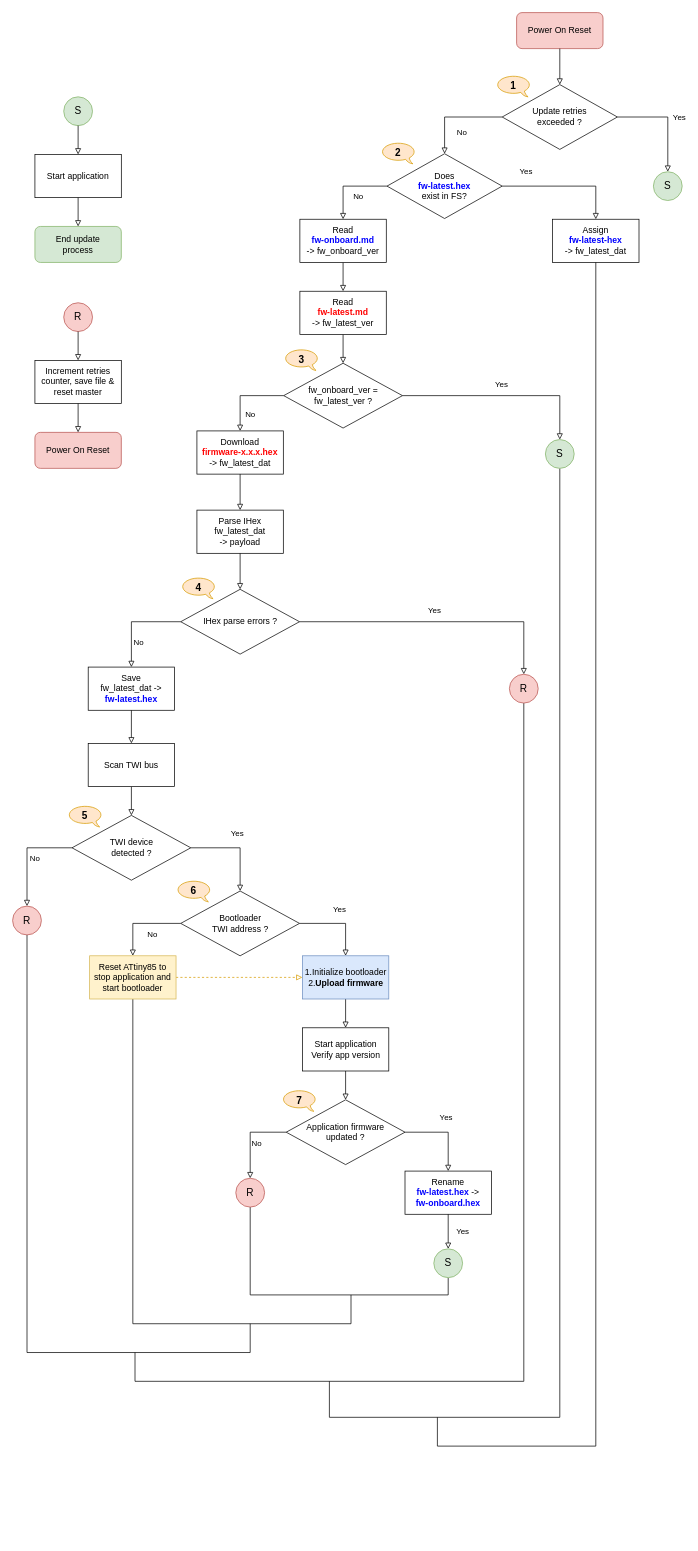
Before: diagrams/Timonel-Firmware-Update-2.drawio in casanovg/timonel-ota-demo, a draw.io diagram. Source tidied: cells renumbered, new cells numbered last; positions are measured from the earlier drawing's top-left corner, leaving out a move shared by most shapes. Both pictures are drawn from the tidied source at 72%, with x=0, y=0 at pixel (12, 12).
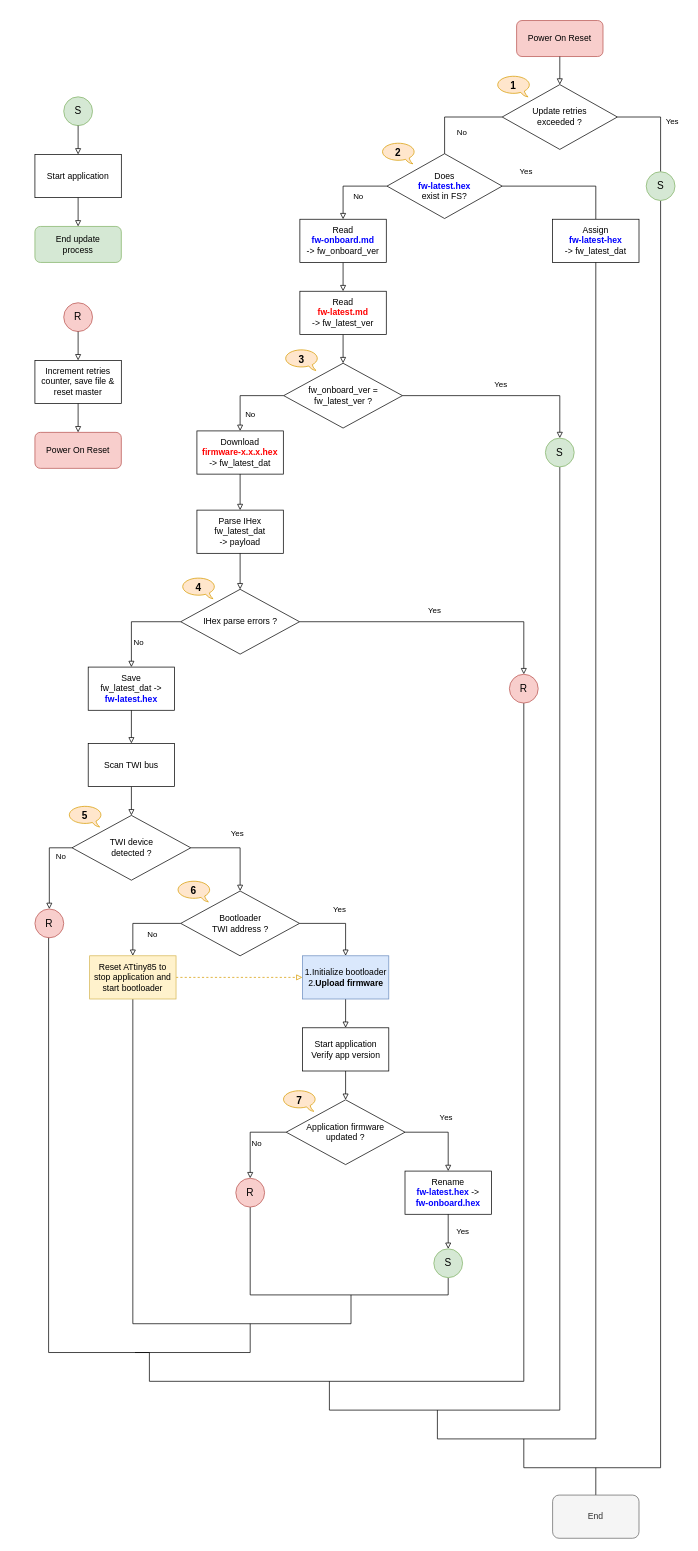
Above is the later version.

The change refers to these unchanged cells:
```xml
<mxCell id="5" value="Does&lt;br&gt;&lt;font color=&quot;#0000ff&quot;&gt;&lt;b&gt;fw-latest.hex&lt;/b&gt;&lt;/font&gt;&lt;br&gt;exist in FS?" style="rhombus;whiteSpace=wrap;html=1;" parent="1" vertex="1">
  <mxGeometry x="520" y="196" width="160" height="90" as="geometry" />
</mxCell>
<mxCell id="43" value="Assign&lt;br&gt;&lt;b&gt;&lt;font color=&quot;#0000ff&quot;&gt;fw-latest-hex&lt;/font&gt;&lt;/b&gt;&lt;br&gt;-&amp;gt; &lt;font&gt;fw_latest_dat&lt;/font&gt;" style="rounded=0;whiteSpace=wrap;html=1;" parent="1" vertex="1">
  <mxGeometry x="750" y="287" width="120" height="60" as="geometry" />
</mxCell>
<mxCell id="49" value="&lt;font style=&quot;font-size: 14px&quot;&gt;R&lt;/font&gt;" style="ellipse;whiteSpace=wrap;html=1;fillColor=#f8cecc;strokeColor=#b85450;" parent="1" vertex="1">
  <mxGeometry x="690" y="919" width="40" height="40" as="geometry" />
</mxCell>
<mxCell id="56" value="Update retries&lt;br&gt;exceeded ?" style="rhombus;whiteSpace=wrap;html=1;" parent="1" vertex="1">
  <mxGeometry x="680" y="100" width="160" height="90" as="geometry" />
</mxCell>
```

The edit, as a diff of the source:
```diff
@@
-    <mxCell id="2" value="No" style="edgeStyle=orthogonalEdgeStyle;rounded=0;jettySize=auto;html=1;entryX=0.5;entryY=0;entryDx=0;entryDy=0;strokeWidth=1;endArrow=block;endFill=0;strokeColor=#000000;exitX=0;exitY=0.5;exitDx=0;exitDy=0;" parent="1" edge="1" source="56" target="5">
+    <mxCell id="2" value="No" style="edgeStyle=orthogonalEdgeStyle;rounded=0;jettySize=auto;html=1;entryX=0.5;entryY=0;entryDx=0;entryDy=0;strokeWidth=1;endArrow=none;endFill=0;strokeColor=#000000;exitX=0;exitY=0.5;exitDx=0;exitDy=0;" parent="1" edge="1" source="56" target="5">
       <mxGeometry x="-0.15" y="21" relative="1" as="geometry" />
     </mxCell>
     <mxCell id="3" value="Power On Reset" style="rounded=1;whiteSpace=wrap;html=1;fillColor=#f8cecc;strokeColor=#b85450;" parent="1" vertex="1">
-      <mxGeometry x="700" width="120" height="50" as="geometry" />
+      <mxGeometry x="700" y="11" width="120" height="50" as="geometry" />
     </mxCell>
@@
-    <mxCell id="6" value="Yes" style="edgeStyle=orthogonalEdgeStyle;rounded=0;jettySize=auto;html=1;exitX=1;exitY=0.5;exitDx=0;exitDy=0;endArrow=block;endFill=0;strokeColor=#000000;strokeWidth=1;entryX=0.5;entryY=0;entryDx=0;entryDy=0;" parent="1" edge="1" source="5" target="43">
+    <mxCell id="6" value="Yes" style="edgeStyle=orthogonalEdgeStyle;rounded=0;jettySize=auto;html=1;exitX=1;exitY=0.5;exitDx=0;exitDy=0;endArrow=none;endFill=0;strokeColor=#000000;strokeWidth=1;entryX=0.5;entryY=0;entryDx=0;entryDy=0;" parent="1" edge="1" source="5" target="43">
       <mxGeometry x="-0.62" y="20" relative="1" as="geometry" />
     </mxCell>
@@
     <mxCell id="44" style="edgeStyle=orthogonalEdgeStyle;rounded=0;jettySize=auto;html=1;endArrow=none;endFill=0;strokeColor=#000000;strokeWidth=1;exitX=0.5;exitY=1;exitDx=0;exitDy=0;" parent="1" edge="1" source="43">
       <mxGeometry relative="1" as="geometry">
-        <mxPoint x="590" y="1951" as="targetPoint" />
+        <mxPoint x="590" y="1941" as="targetPoint" />
         <Array as="points">
-          <mxPoint x="810" y="1991" />
-          <mxPoint x="590" y="1991" />
+          <mxPoint x="810" y="1981" />
+          <mxPoint x="590" y="1981" />
         </Array>
       </mxGeometry>
     </mxCell>
@@
     <mxCell id="48" style="edgeStyle=orthogonalEdgeStyle;rounded=0;jettySize=auto;html=1;exitX=0.5;exitY=1;exitDx=0;exitDy=0;endArrow=none;endFill=0;strokeColor=#000000;" parent="1" edge="1" source="49">
       <mxGeometry relative="1" as="geometry">
         <mxPoint x="170" y="1861" as="targetPoint" />
         <Array as="points">
           <mxPoint x="710" y="1901" />
-          <mxPoint x="170" y="1901" />
+          <mxPoint x="190" y="1901" />
+          <mxPoint x="190" y="1861" />
         </Array>
       </mxGeometry>
     </mxCell>
@@
     <mxCell id="50" style="edgeStyle=orthogonalEdgeStyle;rounded=0;jettySize=auto;html=1;exitX=0.5;exitY=1;exitDx=0;exitDy=0;endArrow=none;endFill=0;strokeColor=#000000;" parent="1" edge="1" source="51">
       <mxGeometry relative="1" as="geometry">
         <mxPoint x="330" y="1821" as="targetPoint" />
         <Array as="points">
-          <mxPoint x="20" y="1861" />
+          <mxPoint x="50" y="1281" />
+          <mxPoint x="50" y="1861" />
           <mxPoint x="330" y="1861" />
         </Array>
       </mxGeometry>
     </mxCell>
     <mxCell id="51" value="&lt;font style=&quot;font-size: 14px&quot;&gt;R&lt;/font&gt;" style="ellipse;whiteSpace=wrap;html=1;fillColor=#f8cecc;strokeColor=#b85450;" parent="1" vertex="1">
-      <mxGeometry y="1241" width="40" height="40" as="geometry" />
+      <mxGeometry x="31" y="1245" width="40" height="40" as="geometry" />
     </mxCell>
@@
-    <mxCell id="58" value="Yes" style="edgeStyle=orthogonalEdgeStyle;rounded=0;jettySize=auto;html=1;endArrow=block;endFill=0;strokeColor=#000000;strokeWidth=1;entryX=0.5;entryY=0;entryDx=0;entryDy=0;exitX=1;exitY=0.5;exitDx=0;exitDy=0;" parent="1" edge="1" source="56" target="67">
+    <mxCell id="58" value="Yes" style="edgeStyle=orthogonalEdgeStyle;rounded=0;jettySize=auto;html=1;endArrow=none;endFill=0;strokeColor=#000000;strokeWidth=1;entryX=0.5;entryY=0;entryDx=0;entryDy=0;exitX=1;exitY=0.5;exitDx=0;exitDy=0;" parent="1" edge="1" source="56" target="67">
       <mxGeometry x="-0.03" y="15" relative="1" as="geometry">
         <mxPoint x="1" as="offset" />
       </mxGeometry>
     </mxCell>
@@
     <mxCell id="65" style="edgeStyle=orthogonalEdgeStyle;rounded=0;jettySize=auto;html=1;exitX=0.5;exitY=1;exitDx=0;exitDy=0;endArrow=none;endFill=0;strokeColor=#000000;" parent="1" edge="1" source="66">
       <mxGeometry relative="1" as="geometry">
         <mxPoint x="440" y="1901" as="targetPoint" />
         <Array as="points">
-          <mxPoint x="760" y="1951" />
-          <mxPoint x="440" y="1951" />
+          <mxPoint x="760" y="1941" />
+          <mxPoint x="440" y="1941" />
         </Array>
       </mxGeometry>
     </mxCell>
     <mxCell id="66" value="&lt;font style=&quot;font-size: 14px&quot;&gt;S&lt;/font&gt;" style="ellipse;whiteSpace=wrap;html=1;fillColor=#d5e8d4;strokeColor=#82b366;" parent="1" vertex="1">
-      <mxGeometry x="740" y="593" width="40" height="40" as="geometry" />
+      <mxGeometry x="740" y="591" width="40" height="40" as="geometry" />
     </mxCell>
+    <mxCell id="75" style="edgeStyle=orthogonalEdgeStyle;rounded=0;jettySize=auto;html=1;endArrow=none;endFill=0;strokeColor=#000000;exitX=0.5;exitY=1;exitDx=0;exitDy=0;" parent="1" edge="1" source="67">
+      <mxGeometry relative="1" as="geometry">
+        <mxPoint x="710" y="1981" as="targetPoint" />
+        <Array as="points">
+          <mxPoint x="900" y="2021" />
+          <mxPoint x="710" y="2021" />
+        </Array>
+      </mxGeometry>
+    </mxCell>
     <mxCell id="67" value="&lt;font style=&quot;font-size: 14px&quot;&gt;S&lt;/font&gt;" style="ellipse;whiteSpace=wrap;html=1;fillColor=#d5e8d4;strokeColor=#82b366;" parent="1" vertex="1">
-      <mxGeometry x="890" y="221" width="40" height="40" as="geometry" />
+      <mxGeometry x="880" y="221" width="40" height="40" as="geometry" />
     </mxCell>
@@
+    <mxCell id="76" style="edgeStyle=orthogonalEdgeStyle;rounded=0;jettySize=auto;html=1;exitX=0.5;exitY=0;exitDx=0;exitDy=0;endArrow=none;endFill=0;strokeColor=#000000;" parent="1" edge="1" source="77">
+      <mxGeometry relative="1" as="geometry">
+        <mxPoint x="810" y="2021" as="targetPoint" />
+      </mxGeometry>
+    </mxCell>
+    <mxCell id="77" value="End" style="rounded=1;whiteSpace=wrap;html=1;fillColor=#f5f5f5;strokeColor=#666666;fontColor=#333333;" parent="1" vertex="1">
+      <mxGeometry x="750" y="2059" width="120" height="60" as="geometry" />
+    </mxCell>
```
